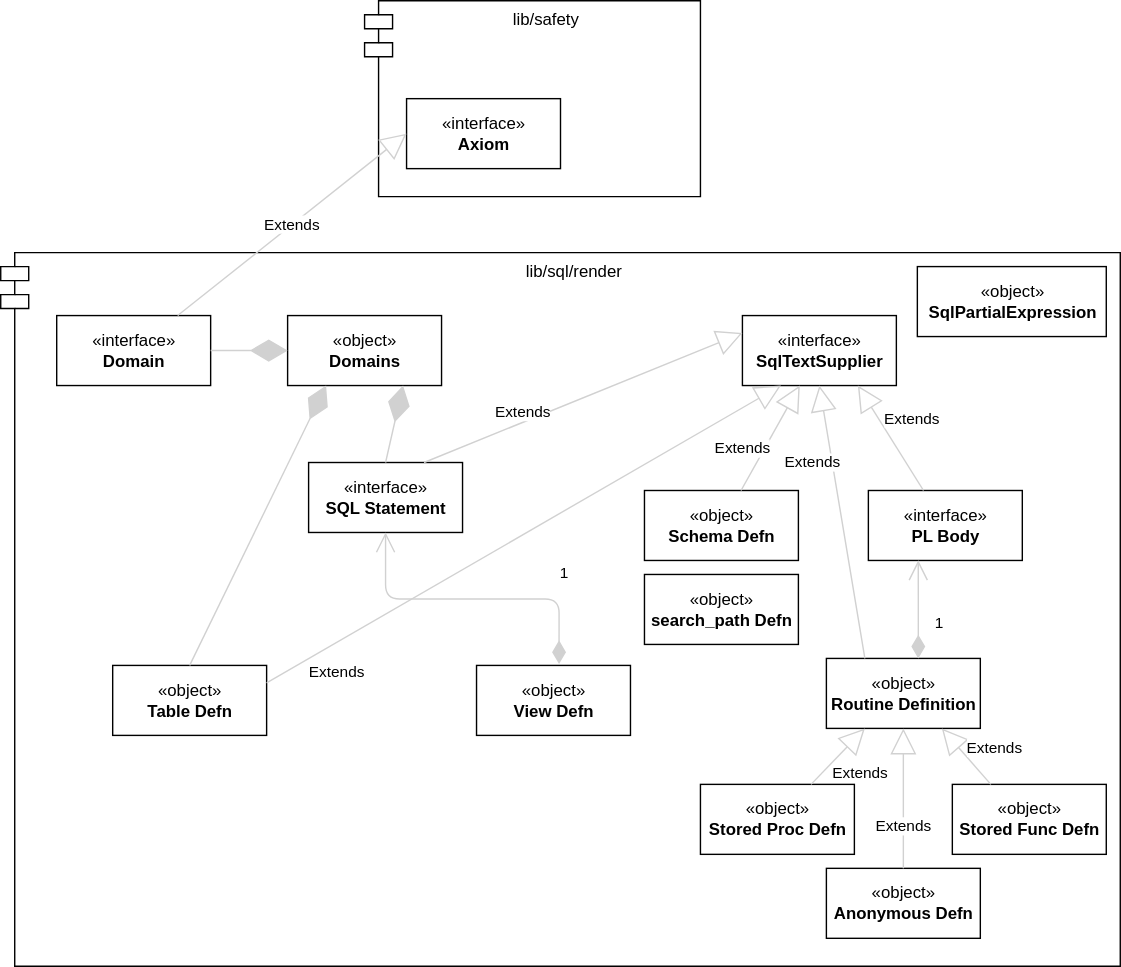
Earlier version of the draw.io export lib/sql/render/mod.drawio.svg (ResFactory/r2). Source tidied: cells renumbered, new cells last; positions are measured from the earlier drawing's top-left corner, leaving out a move shared by most shapes.
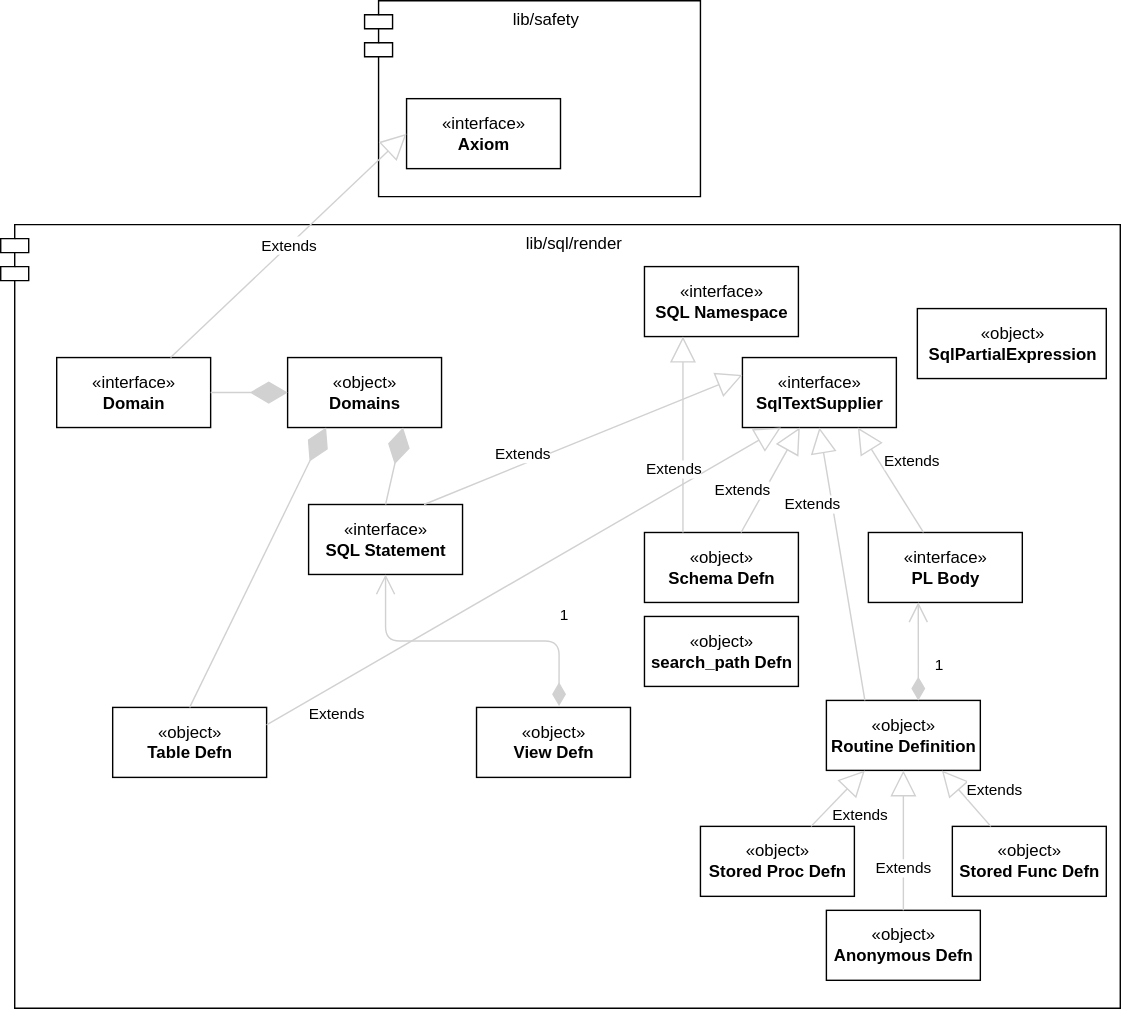
Above is the later version.

Change to the diagram source:
```diff
@@ -3,13 +3,13 @@
     <mxCell id="0" />
     <mxCell id="1" parent="0" />
     <mxCell id="2" value="lib/sql/render" style="shape=module;align=left;spacingLeft=20;align=center;verticalAlign=top;" parent="1" vertex="1">
-      <mxGeometry y="180" width="800" height="510" as="geometry" />
+      <mxGeometry y="130" width="800" height="560" as="geometry" />
     </mxCell>
     <mxCell id="3" value="lib/safety" style="shape=module;align=left;spacingLeft=20;align=center;verticalAlign=top;" parent="1" vertex="1">
-      <mxGeometry x="260" width="240" height="140" as="geometry" />
+      <mxGeometry x="260" y="-30" width="240" height="140" as="geometry" />
     </mxCell>
     <mxCell id="4" value="«interface»&lt;br&gt;&lt;b&gt;Axiom&lt;/b&gt;" style="html=1;" parent="1" vertex="1">
-      <mxGeometry x="290" y="70" width="110" height="50" as="geometry" />
+      <mxGeometry x="290" y="40" width="110" height="50" as="geometry" />
     </mxCell>
     <mxCell id="5" value="«interface»&lt;br&gt;&lt;b&gt;Domain&lt;/b&gt;" style="html=1;" parent="1" vertex="1">
       <mxGeometry x="40" y="225" width="110" height="50" as="geometry" />
@@ -95,5 +95,11 @@
     <mxCell id="32" value="«object»&lt;br&gt;&lt;b&gt;SqlPartialExpression&lt;/b&gt;" style="html=1;" parent="1" vertex="1">
       <mxGeometry x="655" y="190" width="135" height="50" as="geometry" />
     </mxCell>
+    <mxCell id="33" value="«interface»&lt;br&gt;&lt;b&gt;SQL Namespace&lt;/b&gt;" style="html=1;" parent="1" vertex="1">
+      <mxGeometry x="460" y="160" width="110" height="50" as="geometry" />
+    </mxCell>
+    <mxCell id="34" value="Extends" style="endArrow=block;endSize=16;endFill=0;html=1;strokeColor=#D1D1D1;exitX=0.25;exitY=0;exitDx=0;exitDy=0;entryX=0.25;entryY=1;entryDx=0;entryDy=0;" parent="1" edge="1" source="29" target="33">
+      <mxGeometry x="-0.36" y="7" relative="1" as="geometry" />
+    </mxCell>
   </root>
 </mxGraphModel>
```
